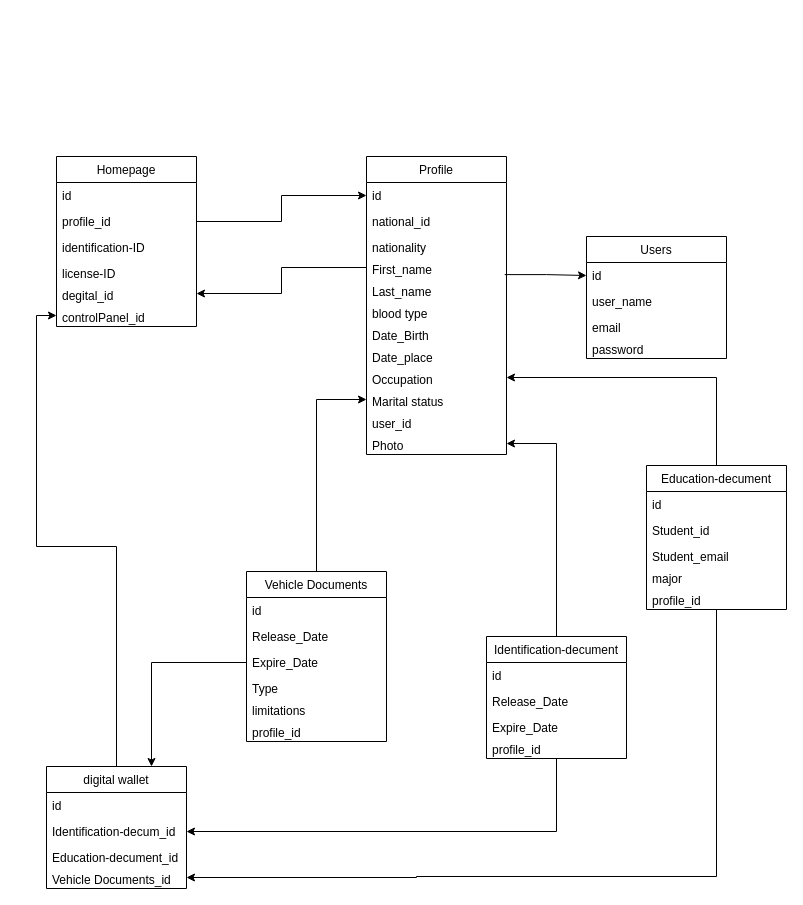
Above: schema.drawio in Essa433/Tawakkalna-API (draw.io), before the change. Source tidied: cells renumbered, new cells numbered last; positions are measured from the earlier drawing's top-left corner, leaving out a move shared by most shapes. Both pictures are drawn from the tidied source at 100%, with x=0, y=0 at pixel (46, 156).
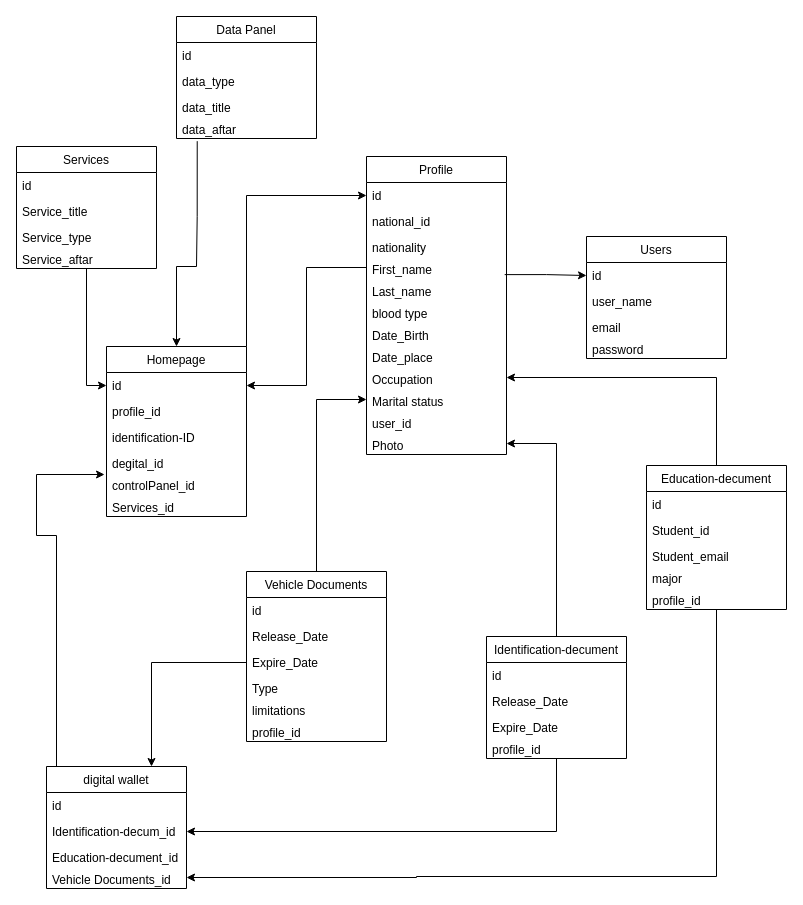
The same diagram, later.

The change refers to these unchanged cells:
```xml
<mxCell id="8" value="id" style="text;strokeColor=none;fillColor=none;align=left;verticalAlign=top;spacingLeft=4;spacingRight=4;overflow=hidden;points=[[0,0.5],[1,0.5]];portConstraint=eastwest;" parent="7" vertex="1">
  <mxGeometry y="26" width="140" height="26" as="geometry" />
</mxCell>
<mxCell id="11" value="First_name" style="text;strokeColor=none;fillColor=none;align=left;verticalAlign=top;spacingLeft=4;spacingRight=4;overflow=hidden;points=[[0,0.5],[1,0.5]];portConstraint=eastwest;" parent="7" vertex="1">
  <mxGeometry y="100" width="140" height="22" as="geometry" />
</mxCell>
<mxCell id="22" value="id" style="text;strokeColor=none;fillColor=none;align=left;verticalAlign=top;spacingLeft=4;spacingRight=4;overflow=hidden;points=[[0,0.5],[1,0.5]];portConstraint=eastwest;" parent="21" vertex="1">
  <mxGeometry y="26" width="140" height="26" as="geometry" />
</mxCell>
<mxCell id="23" value="profile_id" style="text;strokeColor=none;fillColor=none;align=left;verticalAlign=top;spacingLeft=4;spacingRight=4;overflow=hidden;points=[[0,0.5],[1,0.5]];portConstraint=eastwest;" parent="21" vertex="1">
  <mxGeometry y="52" width="140" height="26" as="geometry" />
</mxCell>
<mxCell id="52" value="digital wallet" style="swimlane;fontStyle=0;horizontal=1;startSize=26;fillColor=none;" parent="1" vertex="1">
  <mxGeometry y="610" width="140" height="122" as="geometry" />
</mxCell>
```

Change to the diagram source:
```diff
@@
     <mxCell id="21" value="Homepage" style="swimlane;fontStyle=0;horizontal=1;startSize=26;fillColor=none;" parent="1" vertex="1">
-      <mxGeometry x="10" width="140" height="170" as="geometry" />
+      <mxGeometry x="60" y="190" width="140" height="170" as="geometry" />
     </mxCell>
@@
-    <mxCell id="25" value="license-ID" style="text;strokeColor=none;fillColor=none;align=left;verticalAlign=top;spacingLeft=4;spacingRight=4;overflow=hidden;" parent="21" vertex="1">
-      <mxGeometry y="104" width="140" height="22" as="geometry" />
-    </mxCell>
     <mxCell id="26" value="degital_id" style="text;strokeColor=none;fillColor=none;align=left;verticalAlign=top;spacingLeft=4;spacingRight=4;overflow=hidden;points=[[0,0.5],[1,0.5]];portConstraint=eastwest;" parent="21" vertex="1">
-      <mxGeometry y="126" width="140" height="22" as="geometry" />
+      <mxGeometry y="104" width="140" height="22" as="geometry" />
     </mxCell>
     <mxCell id="27" value="controlPanel_id" style="text;strokeColor=none;fillColor=none;align=left;verticalAlign=top;spacingLeft=4;spacingRight=4;overflow=hidden;points=[[0,0.5],[1,0.5]];portConstraint=eastwest;" parent="21" vertex="1">
-      <mxGeometry y="148" width="140" height="22" as="geometry" />
+      <mxGeometry y="126" width="140" height="22" as="geometry" />
     </mxCell>
+    <mxCell id="60" value="Services_id" style="text;strokeColor=none;fillColor=none;align=left;verticalAlign=top;spacingLeft=4;spacingRight=4;overflow=hidden;" parent="21" vertex="1">
+      <mxGeometry y="148" width="140" height="22" as="geometry" />
+    </mxCell>
-    <mxCell id="28" style="edgeStyle=orthogonalEdgeStyle;rounded=0;jettySize=auto;html=1;exitX=1;exitY=0.5;exitDx=0;exitDy=0;entryX=0;entryY=0.5;entryDx=0;entryDy=0;" parent="1" edge="1" source="23" target="8">
+    <mxCell id="28" style="edgeStyle=orthogonalEdgeStyle;rounded=0;jettySize=auto;html=1;exitX=1;exitY=0;exitDx=0;exitDy=0;entryX=0;entryY=0.5;entryDx=0;entryDy=0;" parent="1" edge="1" source="21" target="8">
       <mxGeometry relative="1" as="geometry" />
     </mxCell>
@@
-    <mxCell id="50" style="edgeStyle=orthogonalEdgeStyle;rounded=0;jettySize=auto;html=1;entryX=1;entryY=0.5;entryDx=0;entryDy=0;" parent="1" edge="1" source="11" target="26">
+    <mxCell id="50" style="edgeStyle=orthogonalEdgeStyle;rounded=0;jettySize=auto;html=1;entryX=1;entryY=0.5;entryDx=0;entryDy=0;" parent="1" edge="1" source="11" target="22">
       <mxGeometry relative="1" as="geometry" />
     </mxCell>
-    <mxCell id="51" style="edgeStyle=orthogonalEdgeStyle;rounded=0;jettySize=auto;html=1;exitX=0.5;exitY=0;exitDx=0;exitDy=0;" parent="1" edge="1" source="52" target="27">
-      <mxGeometry relative="1" as="geometry" />
+    <mxCell id="51" style="edgeStyle=orthogonalEdgeStyle;rounded=0;jettySize=auto;html=1;exitX=0.5;exitY=0;exitDx=0;exitDy=0;entryX=-0.014;entryY=0.091;entryDx=0;entryDy=0;entryPerimeter=0;" parent="1" edge="1" source="52" target="27">
+      <mxGeometry relative="1" as="geometry">
+        <Array as="points">
+          <mxPoint x="10" y="610" />
+          <mxPoint x="10" y="379" />
+          <mxPoint x="-10" y="379" />
+          <mxPoint x="-10" y="318" />
+        </Array>
+      </mxGeometry>
     </mxCell>
@@
+    <mxCell id="61" style="edgeStyle=orthogonalEdgeStyle;rounded=0;jettySize=auto;html=1;entryX=0.5;entryY=0;entryDx=0;entryDy=0;exitX=0.148;exitY=1.121;exitDx=0;exitDy=0;exitPerimeter=0;" parent="1" edge="1" source="66" target="21">
+      <mxGeometry relative="1" as="geometry">
+        <Array as="points">
+          <mxPoint x="151" y="60" />
+          <mxPoint x="150" y="70" />
+          <mxPoint x="150" y="110" />
+          <mxPoint x="130" y="110" />
+        </Array>
+      </mxGeometry>
+    </mxCell>
+    <mxCell id="62" value="Data Panel" style="swimlane;fontStyle=0;horizontal=1;startSize=26;fillColor=none;" parent="1" vertex="1">
+      <mxGeometry x="130" y="-140" width="140" height="122" as="geometry" />
+    </mxCell>
+    <mxCell id="63" value="id" style="text;strokeColor=none;fillColor=none;align=left;verticalAlign=top;spacingLeft=4;spacingRight=4;overflow=hidden;" parent="62" vertex="1">
+      <mxGeometry y="26" width="140" height="26" as="geometry" />
+    </mxCell>
+    <mxCell id="64" value="data_type" style="text;strokeColor=none;fillColor=none;align=left;verticalAlign=top;spacingLeft=4;spacingRight=4;overflow=hidden;" parent="62" vertex="1">
+      <mxGeometry y="52" width="140" height="26" as="geometry" />
+    </mxCell>
+    <mxCell id="65" value="data_title" style="text;strokeColor=none;fillColor=none;align=left;verticalAlign=top;spacingLeft=4;spacingRight=4;overflow=hidden;" parent="62" vertex="1">
+      <mxGeometry y="78" width="140" height="22" as="geometry" />
+    </mxCell>
+    <mxCell id="66" value="data_aftar" style="text;strokeColor=none;fillColor=none;align=left;verticalAlign=top;spacingLeft=4;spacingRight=4;overflow=hidden;points=[[0,0.5],[1,0.5]];portConstraint=eastwest;" parent="62" vertex="1">
+      <mxGeometry y="100" width="140" height="22" as="geometry" />
+    </mxCell>
+    <mxCell id="67" value="Services" style="swimlane;fontStyle=0;horizontal=1;startSize=26;fillColor=none;" parent="1" vertex="1">
+      <mxGeometry x="-30" y="-10" width="140" height="122" as="geometry" />
+    </mxCell>
+    <mxCell id="68" value="id" style="text;strokeColor=none;fillColor=none;align=left;verticalAlign=top;spacingLeft=4;spacingRight=4;overflow=hidden;" parent="67" vertex="1">
+      <mxGeometry y="26" width="140" height="26" as="geometry" />
+    </mxCell>
+    <mxCell id="69" value="Service_title" style="text;strokeColor=none;fillColor=none;align=left;verticalAlign=top;spacingLeft=4;spacingRight=4;overflow=hidden;" parent="67" vertex="1">
+      <mxGeometry y="52" width="140" height="26" as="geometry" />
+    </mxCell>
+    <mxCell id="70" value="Service_type&#10;" style="text;strokeColor=none;fillColor=none;align=left;verticalAlign=top;spacingLeft=4;spacingRight=4;overflow=hidden;" parent="67" vertex="1">
+      <mxGeometry y="78" width="140" height="22" as="geometry" />
+    </mxCell>
+    <mxCell id="71" value="Service_aftar" style="text;strokeColor=none;fillColor=none;align=left;verticalAlign=top;spacingLeft=4;spacingRight=4;overflow=hidden;points=[[0,0.5],[1,0.5]];portConstraint=eastwest;" parent="67" vertex="1">
+      <mxGeometry y="100" width="140" height="22" as="geometry" />
+    </mxCell>
+    <mxCell id="72" style="edgeStyle=orthogonalEdgeStyle;rounded=0;jettySize=auto;html=1;entryX=0;entryY=0.5;entryDx=0;entryDy=0;" parent="1" edge="1" source="71" target="22">
+      <mxGeometry relative="1" as="geometry">
+        <Array as="points">
+          <mxPoint x="40" y="229" />
+        </Array>
+      </mxGeometry>
+    </mxCell>
```
